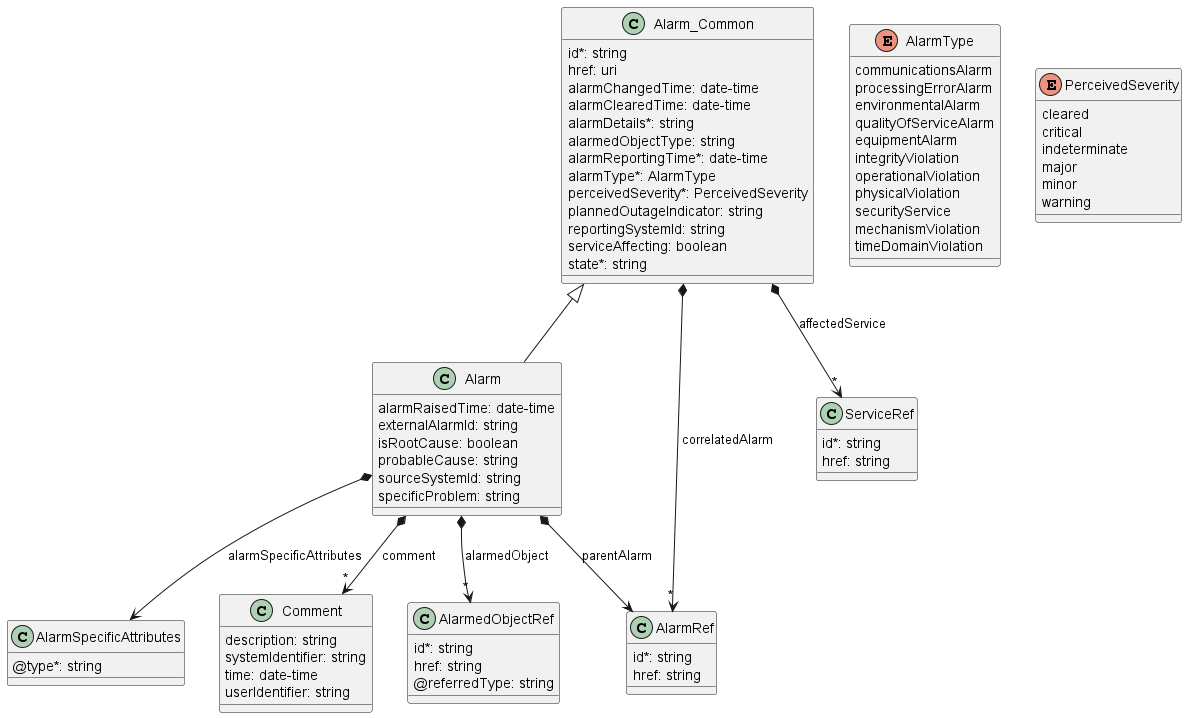
The PlantUML diagram documentation/serviceApi/alarm/media/useCase52Model.png in MEF-GIT/MEF-LSO-Legato-SDK, before a commit. Source of this version:
```plantuml
@startuml useCase52Model

class Alarm {

    alarmRaisedTime: date-time
    externalAlarmId: string
    isRootCause: boolean
    probableCause: string
    sourceSystemId: string
    specificProblem: string
}
Alarm_Common <|-- Alarm

Alarm *-->"*" AlarmedObjectRef : alarmedObject
Alarm *-->"*" Comment : comment
Alarm *--> AlarmRef : parentAlarm
Alarm *--> AlarmSpecificAttributes : alarmSpecificAttributes


class Alarm_Common {

    id*: string
    href: uri
    alarmChangedTime: date-time
    alarmClearedTime: date-time
    alarmDetails*: string
    alarmedObjectType: string
    alarmReportingTime*: date-time
    alarmType*: AlarmType
    perceivedSeverity*: PerceivedSeverity
    plannedOutageIndicator: string
    reportingSystemId: string
    serviceAffecting: boolean
    state*: string
}

Alarm_Common *-->"*" ServiceRef : affectedService
Alarm_Common *-->"*" AlarmRef : correlatedAlarm



class AlarmedObjectRef {

    id*: string
    href: string
    @referredType: string
}



class AlarmSpecificAttributes {

    @type*: string
}



class AlarmRef {

    id*: string
    href: string
}



enum AlarmType {

    communicationsAlarm
    processingErrorAlarm
    environmentalAlarm
    qualityOfServiceAlarm
    equipmentAlarm
    integrityViolation
    operationalViolation
    physicalViolation
    securityService
    mechanismViolation
    timeDomainViolation
}
class Comment {

    description: string
    systemIdentifier: string
    time: date-time
    userIdentifier: string
}



enum PerceivedSeverity {

    cleared
    critical
    indeterminate
    major
    minor
    warning
}
class ServiceRef {

    id*: string
    href: string
}


@enduml
```
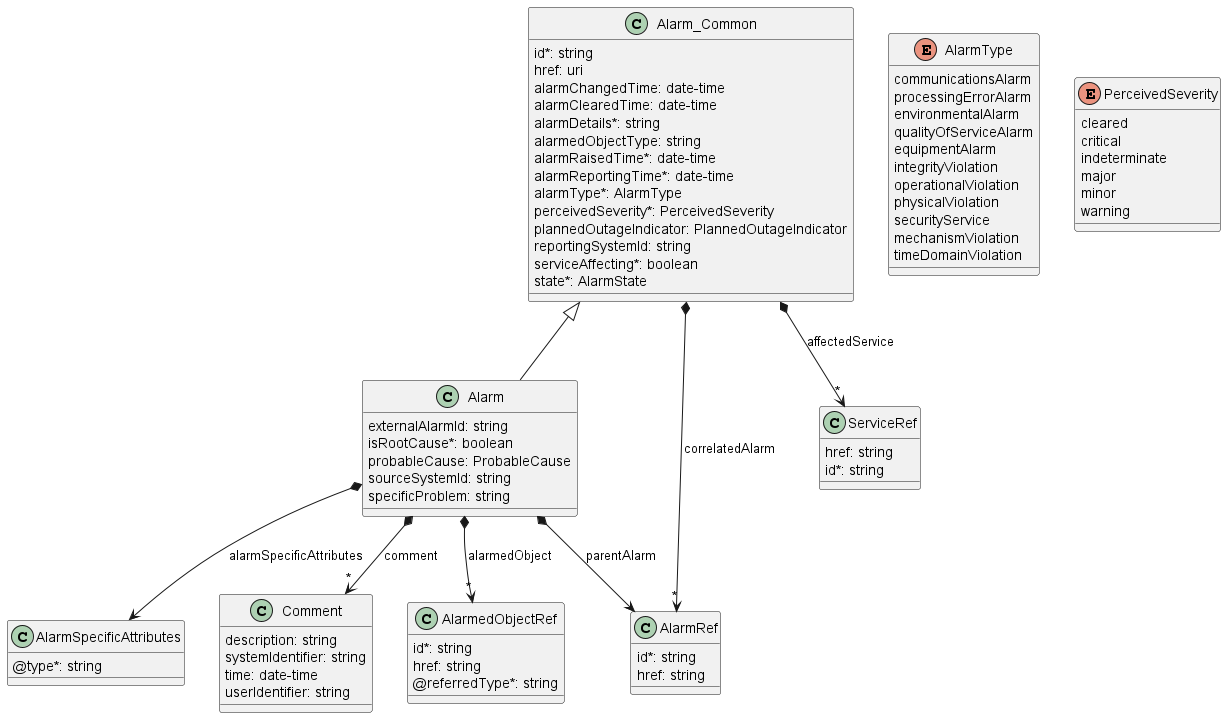
The same file after the commit.

The edit, as a diff of the source:
```diff
@@ -2,10 +2,9 @@
 
 class Alarm {
 
-    alarmRaisedTime: date-time
     externalAlarmId: string
-    isRootCause: boolean
-    probableCause: string
+    isRootCause*: boolean
+    probableCause: ProbableCause
     sourceSystemId: string
     specificProblem: string
 }
@@ -25,13 +24,14 @@
     alarmClearedTime: date-time
     alarmDetails*: string
     alarmedObjectType: string
+    alarmRaisedTime*: date-time
     alarmReportingTime*: date-time
     alarmType*: AlarmType
     perceivedSeverity*: PerceivedSeverity
-    plannedOutageIndicator: string
+    plannedOutageIndicator: PlannedOutageIndicator
     reportingSystemId: string
-    serviceAffecting: boolean
-    state*: string
+    serviceAffecting*: boolean
+    state*: AlarmState
 }
 
 Alarm_Common *-->"*" ServiceRef : affectedService
@@ -43,7 +43,7 @@
 
     id*: string
     href: string
-    @referredType: string
+    @referredType*: string
 }
 
 
@@ -98,8 +98,8 @@
 }
 class ServiceRef {
 
+    href: string
     id*: string
-    href: string
 }
 
 
```
